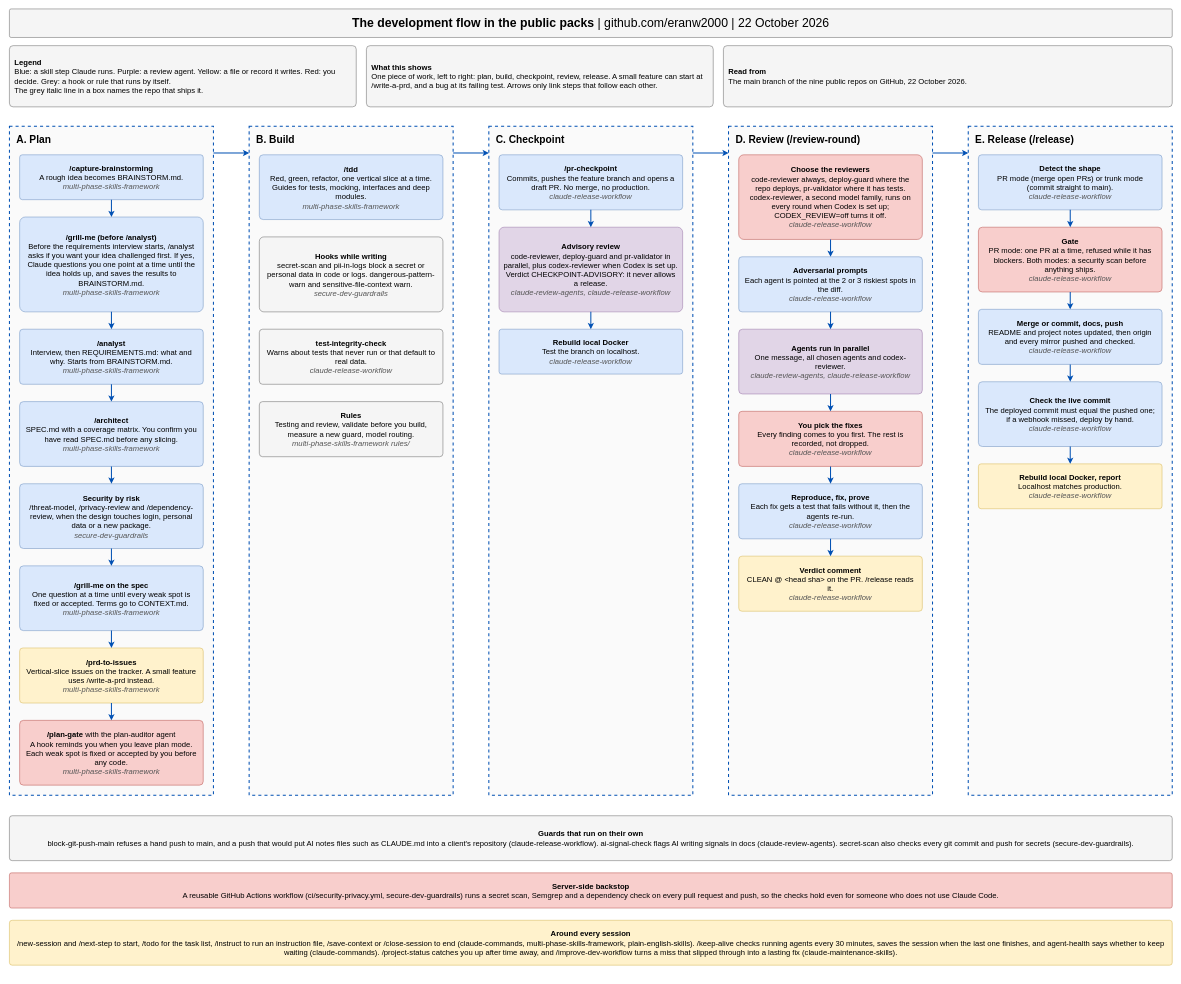
eranw2000/eranw2000 keeps this draw.io diagram as docs/development-flow.drawio. Above is the earlier version. Source tidied: cells renumbered, new cells numbered last; positions are measured from the earlier drawing's top-left corner, leaving out a move shared by most shapes. Both pictures are drawn from the tidied source at 51%, with x=0, y=0 at pixel (9, 9).
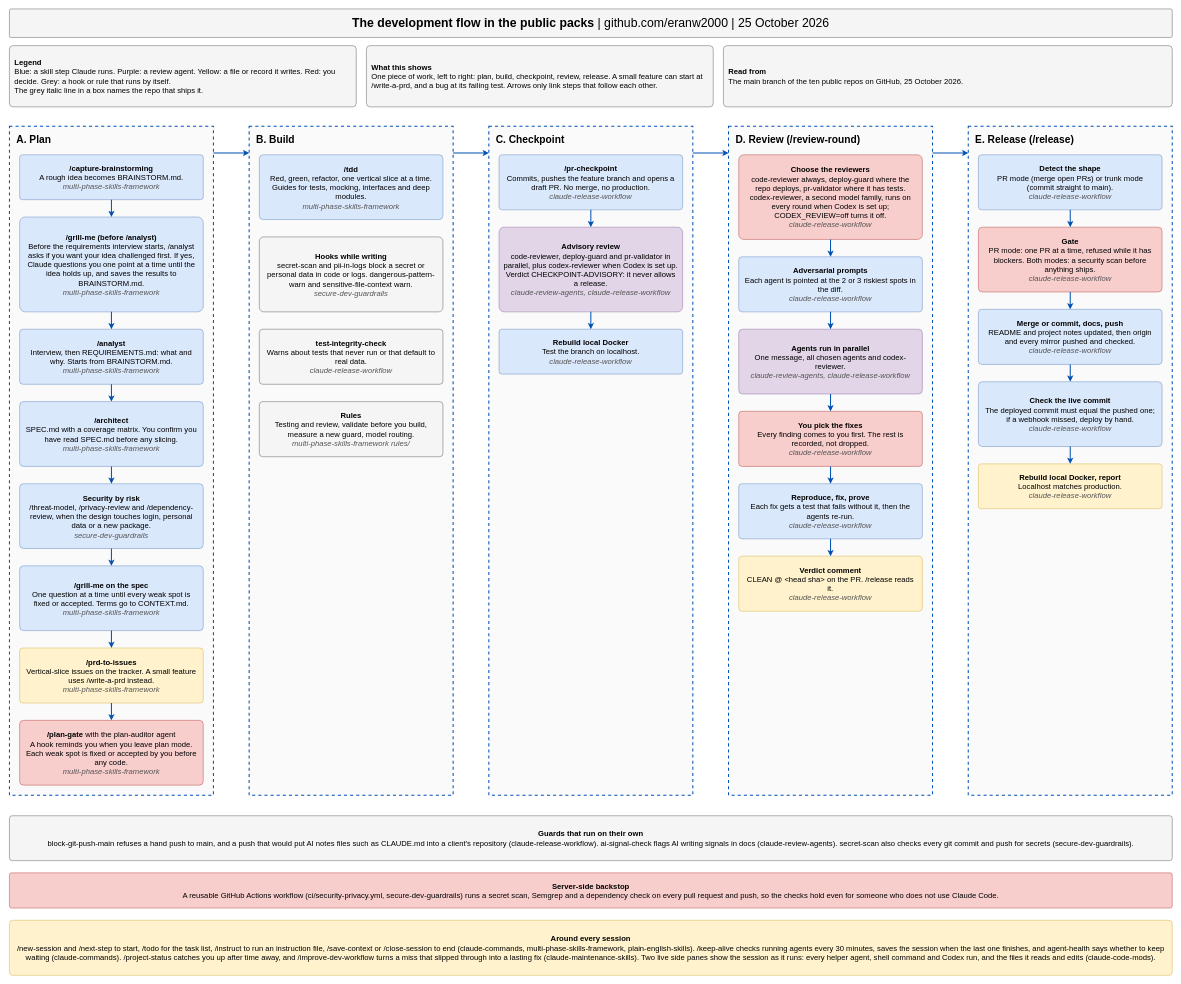
The same page after the edit.

Commit message (it also covers changes not shown here):
Profile: claude-code-mods, the live side panes for Claude Code

Listed with the other public repos, and added to the development-flow diagram (the session band and the per-repo page).

The edit, as a diff of the source:
```diff
@@
-    <mxCell id="2" value="&lt;b&gt;The development flow in the public packs&lt;/b&gt;  |  github.com/eranw2000  |  22 October 2026" style="rounded=1;arcSize=6;whiteSpace=wrap;html=1;fillColor=#f5f5f5;strokeColor=#666666;fontSize=24;fontFamily=Helvetica;spacing=10;align=center;verticalAlign=middle;" parent="1" vertex="1">
+    <mxCell id="2" value="&lt;b&gt;The development flow in the public packs&lt;/b&gt;  |  github.com/eranw2000  |  25 October 2026" style="rounded=1;arcSize=6;whiteSpace=wrap;html=1;fillColor=#f5f5f5;strokeColor=#666666;fontSize=24;fontFamily=Helvetica;spacing=10;align=center;verticalAlign=middle;" parent="1" vertex="1">
       <mxGeometry width="2280" height="56" as="geometry" />
     </mxCell>
@@
-    <mxCell id="5" value="&lt;b&gt;Read from&lt;/b&gt;&lt;br&gt;The main branch of the nine public repos on GitHub, 22 October 2026." style="rounded=1;arcSize=6;whiteSpace=wrap;html=1;fillColor=#f5f5f5;strokeColor=#666666;fontSize=15;fontFamily=Helvetica;spacing=10;align=left;verticalAlign=middle;" parent="1" vertex="1">
+    <mxCell id="5" value="&lt;b&gt;Read from&lt;/b&gt;&lt;br&gt;The main branch of the ten public repos on GitHub, 25 October 2026." style="rounded=1;arcSize=6;whiteSpace=wrap;html=1;fillColor=#f5f5f5;strokeColor=#666666;fontSize=15;fontFamily=Helvetica;spacing=10;align=left;verticalAlign=middle;" parent="1" vertex="1">
       <mxGeometry x="1400" y="72" width="880" height="120" as="geometry" />
     </mxCell>
@@
-    <mxCell id="61" value="&lt;b&gt;Around every session&lt;/b&gt;&lt;br&gt;/new-session and /next-step to start, /todo for the task list, /instruct to run an instruction file, /save-context or /close-session to end (claude-commands, multi-phase-skills-framework, plain-english-skills). /keep-alive checks running agents every 30 minutes, saves the session when the last one finishes, and agent-health says whether to keep waiting (claude-commands). /project-status catches you up after time away, and /improve-dev-workflow turns a miss that slipped through into a lasting fix (claude-maintenance-skills)." style="rounded=1;arcSize=6;whiteSpace=wrap;html=1;fillColor=#fff2cc;strokeColor=#d6b656;fontSize=15;fontFamily=Helvetica;spacing=10;align=center;verticalAlign=middle;" parent="1" vertex="1">
-      <mxGeometry y="1787" width="2280" height="88" as="geometry" />
+    <mxCell id="61" value="&lt;b&gt;Around every session&lt;/b&gt;&lt;br&gt;/new-session and /next-step to start, /todo for the task list, /instruct to run an instruction file, /save-context or /close-session to end (claude-commands, multi-phase-skills-framework, plain-english-skills). /keep-alive checks running agents every 30 minutes, saves the session when the last one finishes, and agent-health says whether to keep waiting (claude-commands). /project-status catches you up after time away, and /improve-dev-workflow turns a miss that slipped through into a lasting fix (claude-maintenance-skills). Two live side panes show the session as it runs: every helper agent, shell command and Codex run, and the files it reads and edits (claude-code-mods)." style="rounded=1;arcSize=6;whiteSpace=wrap;html=1;fillColor=#fff2cc;strokeColor=#d6b656;fontSize=15;fontFamily=Helvetica;spacing=10;align=center;verticalAlign=middle;" parent="1" vertex="1">
+      <mxGeometry y="1787" width="2280" height="108" as="geometry" />
     </mxCell>
```
